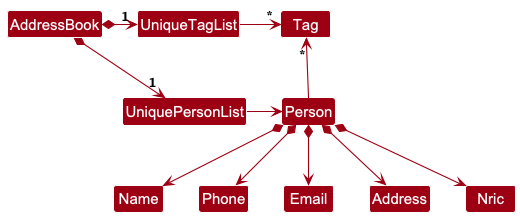
nus-cs2103-AY2425S1/tp keeps this PlantUML diagram as docs/images/BetterModelClassDiagram.png. Above is the earlier version. Its diagram source:
```plantuml
@startuml
!include style.puml
skinparam arrowThickness 1.1
skinparam arrowColor MODEL_COLOR
skinparam classBackgroundColor MODEL_COLOR

AddressBook *-right-> "1" UniquePersonList
AddressBook *-right-> "1" UniqueTagList
UniqueTagList -[hidden]down- UniquePersonList
UniqueTagList -[hidden]down- UniquePersonList

UniqueTagList -right-> "*" Tag
UniquePersonList -right-> Person

Person -up-> "*" Tag

Person *--> Name
Person *--> Phone
Person *--> Email
Person *--> Address
Person *--> Nric
@enduml
```
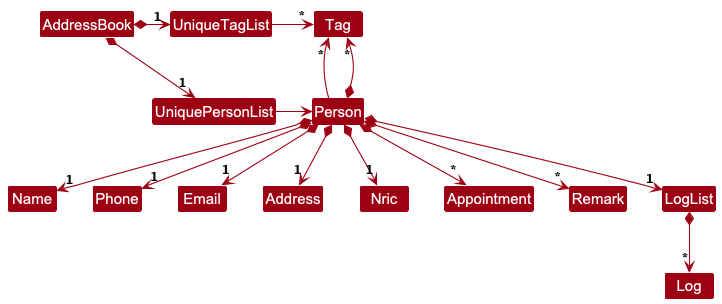
Above is the later version.

Commit message:
Update multiplicity for model class diagrams

Diff of the diagram source:
```diff
@@ -14,9 +14,15 @@
 
 Person -up-> "*" Tag
 
-Person *--> Name
-Person *--> Phone
-Person *--> Email
-Person *--> Address
-Person *--> Nric
+Person *--> "1"Name
+Person *--> "1"Phone
+Person *--> "1"Email
+Person *--> "1"Address
+Person *--> "1"Nric
+Person *--> "*" Appointment
+Person *--> "*" Remark
+Person *--> "1" LogList
+Person *--> "*" Tag
+LogList *--> "*" Log
+
 @enduml
```
